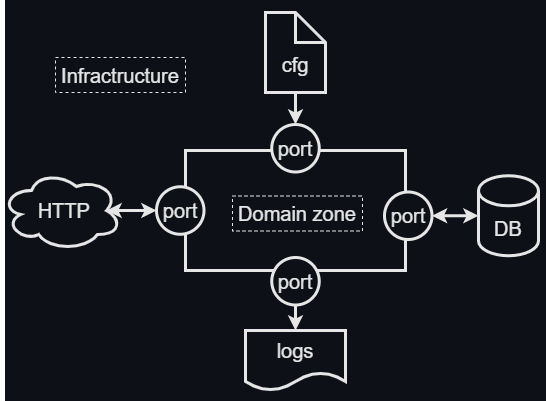
kselnaag/shortlink keeps this draw.io diagram as asset/domain.png. Above is the earlier version. Source tidied: cells renumbered, new cells last; positions are measured from the earlier drawing's top-left corner, leaving out a move shared by most shapes.
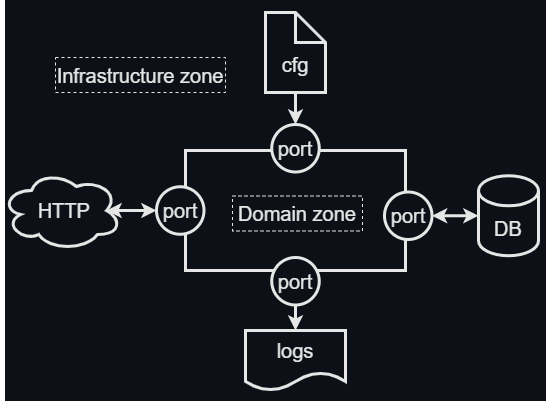
Above is the later version.

Change to the diagram source:
```diff
@@ -52,8 +52,8 @@
     <mxCell id="17" value="&lt;font color=&quot;#e6e6e6&quot; style=&quot;font-size: 20px; background-color: rgb(13, 17, 23);&quot;&gt;Domain zone&lt;/font&gt;" style="text;html=1;strokeColor=#E6E6E6;fillColor=#0D1117;align=center;verticalAlign=middle;whiteSpace=wrap;rounded=0;strokeWidth=1;dashed=1;" parent="1" vertex="1">
       <mxGeometry x="231" y="195.5" width="130" height="35" as="geometry" />
     </mxCell>
-    <mxCell id="18" value="&lt;font color=&quot;#e6e6e6&quot; style=&quot;font-size: 20px; background-color: rgb(13, 17, 23);&quot;&gt;Infractructure&lt;/font&gt;" style="text;html=1;strokeColor=#E6E6E6;fillColor=#0D1117;align=center;verticalAlign=middle;whiteSpace=wrap;rounded=0;strokeWidth=1;dashed=1;" parent="1" vertex="1">
-      <mxGeometry x="54" y="57" width="130" height="35" as="geometry" />
+    <mxCell id="18" value="&lt;font color=&quot;#e6e6e6&quot; style=&quot;font-size: 20px; background-color: rgb(13, 17, 23);&quot;&gt;Infrastructure zone&lt;/font&gt;" style="text;html=1;strokeColor=#E6E6E6;fillColor=#0D1117;align=center;verticalAlign=middle;whiteSpace=wrap;rounded=0;strokeWidth=1;dashed=1;" parent="1" vertex="1">
+      <mxGeometry x="54" y="57" width="170" height="35" as="geometry" />
     </mxCell>
   </root>
 </mxGraphModel>
```
